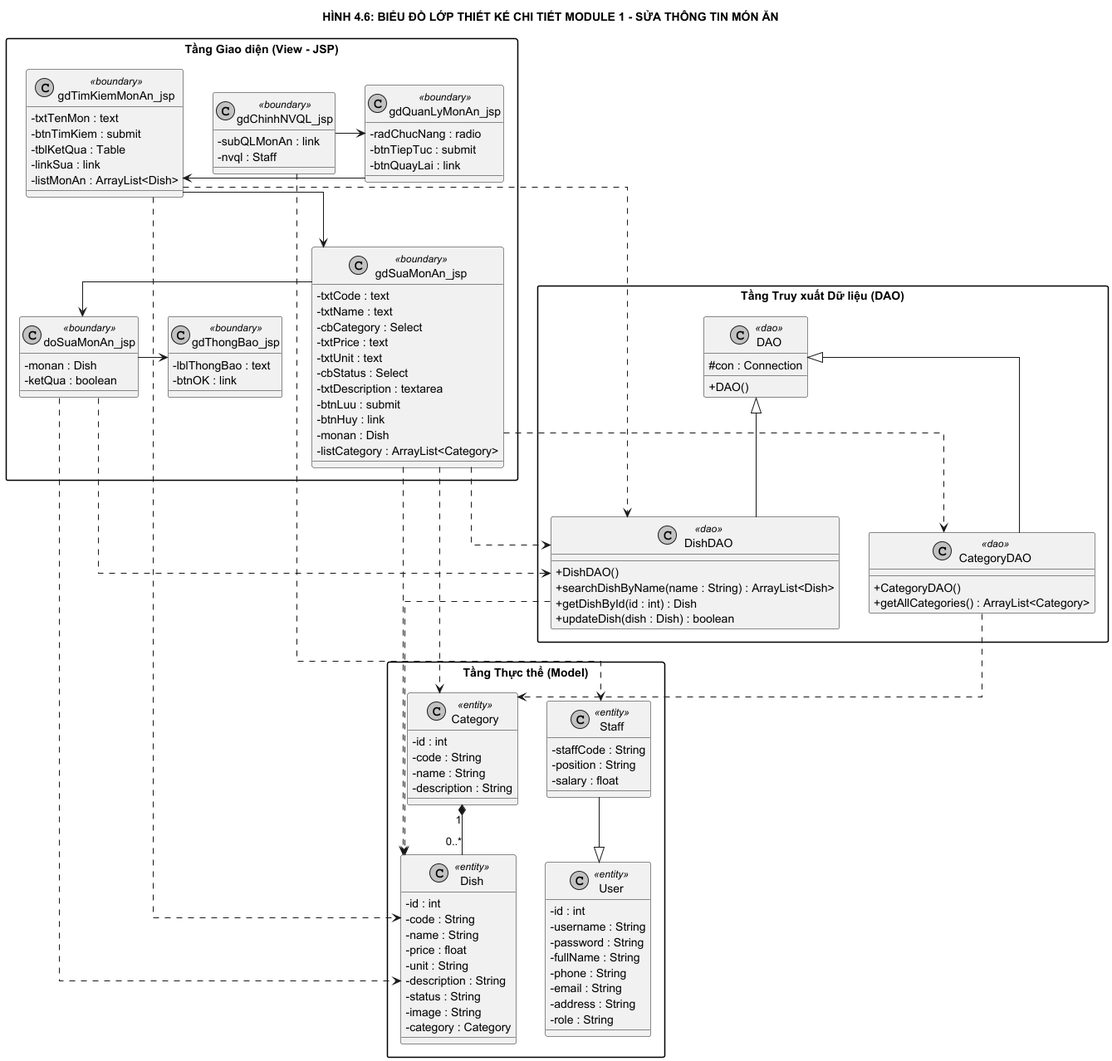
Above: docs/diagrams/Design_03_Module1_ClassDiagram.png in NEWBIE1005/RMS_RestaurantManagementSystem (PlantUML), before the change. Source of this version:
```plantuml
@startuml Design_03_Module1_ClassDiagram
skinparam classAttributeIconSize 0
skinparam monochrome true
skinparam shadowing false
skinparam linetype ortho
skinparam packageStyle rectangle

title HÌNH 4.6: BIỂU ĐỒ LỚP THIẾT KẾ CHI TIẾT MODULE 1 - SỬA THÔNG TIN MÓN ĂN

package "Tầng Giao diện (View - JSP)" {
    class gdChinhNVQL_jsp <<boundary>> {
        - subQLMonAn : link
        - nvql : Staff
    }

    class gdQuanLyMonAn_jsp <<boundary>> {
        - radChucNang : radio
        - btnTiepTuc : submit
        - btnQuayLai : link
    }

    class gdTimKiemMonAn_jsp <<boundary>> {
        - txtTenMon : text
        - btnTimKiem : submit
        - tblKetQua : Table
        - linkSua : link
        - listMonAn : ArrayList<Dish>
    }

    class gdSuaMonAn_jsp <<boundary>> {
        - txtCode : text
        - txtName : text
        - cbCategory : Select
        - txtPrice : text
        - txtUnit : text
        - cbStatus : Select
        - txtDescription : textarea
        - btnLuu : submit
        - btnHuy : link
        - monan : Dish
        - listCategory : ArrayList<Category>
    }

    class doSuaMonAn_jsp <<boundary>> {
        - monan : Dish
        - ketQua : boolean
    }

    class gdThongBao_jsp <<boundary>> {
        - lblThongBao : text
        - btnOK : link
    }
}

package "Tầng Truy xuất Dữ liệu (DAO)" {
    class DAO <<dao>> {
        # con : Connection
        + DAO()
    }

    class CategoryDAO <<dao>> {
        + CategoryDAO()
        + getAllCategories() : ArrayList<Category>
    }

    class DishDAO <<dao>> {
        + DishDAO()
        + searchDishByName(name : String) : ArrayList<Dish>
        + getDishById(id : int) : Dish
        + updateDish(dish : Dish) : boolean
    }
}

package "Tầng Thực thể (Model)" {
    class User <<entity>> {
        - id : int
        - username : String
        - password : String
        - fullName : String
        - phone : String
        - email : String
        - address : String
        - role : String
    }

    class Staff <<entity>> {
        - staffCode : String
        - position : String
        - salary : float
    }

    class Category <<entity>> {
        - id : int
        - code : String
        - name : String
        - description : String
    }

    class Dish <<entity>> {
        - id : int
        - code : String
        - name : String
        - price : float
        - unit : String
        - description : String
        - status : String
        - image : String
        - category : Category
    }
}

gdChinhNVQL_jsp -right-> gdQuanLyMonAn_jsp
gdQuanLyMonAn_jsp -right-> gdTimKiemMonAn_jsp
gdTimKiemMonAn_jsp -down-> gdSuaMonAn_jsp
gdSuaMonAn_jsp -right-> doSuaMonAn_jsp
doSuaMonAn_jsp -right-> gdThongBao_jsp

CategoryDAO -up-|> DAO
DishDAO -up-|> DAO

gdTimKiemMonAn_jsp ..> DishDAO
gdSuaMonAn_jsp ..> DishDAO
gdSuaMonAn_jsp ..> CategoryDAO
doSuaMonAn_jsp ..> DishDAO

DishDAO ..> Dish
CategoryDAO ..> Category

gdChinhNVQL_jsp ..> Staff
gdTimKiemMonAn_jsp ..> Dish
gdSuaMonAn_jsp ..> Dish
gdSuaMonAn_jsp ..> Category
doSuaMonAn_jsp ..> Dish

Staff --|> User
Category "1" *-- "0..*" Dish

@enduml
```
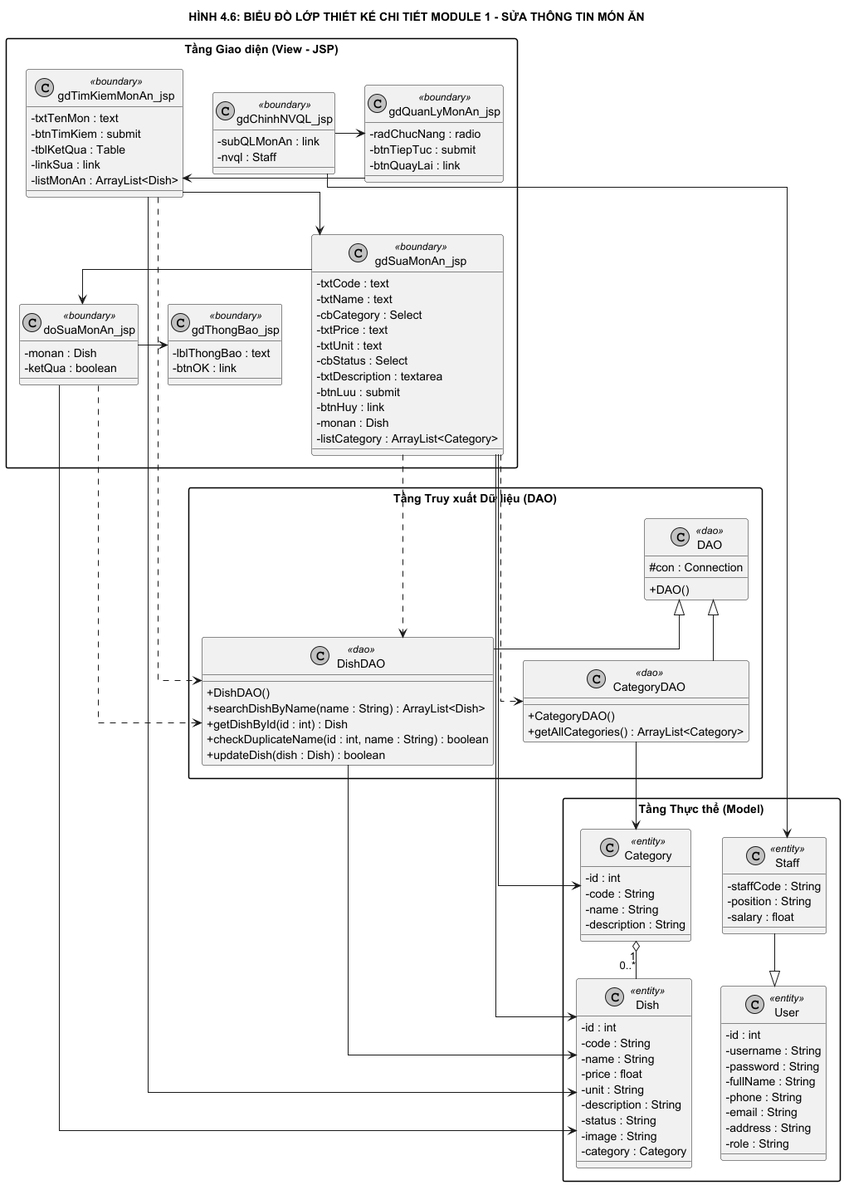
The same file after the commit.

Diff of the diagram source:
```diff
@@ -4,6 +4,8 @@
 skinparam shadowing false
 skinparam linetype ortho
 skinparam packageStyle rectangle
+skinparam nodesep 35
+skinparam ranksep 45
 
 title HÌNH 4.6: BIỂU ĐỒ LỚP THIẾT KẾ CHI TIẾT MODULE 1 - SỬA THÔNG TIN MÓN ĂN
 
@@ -58,16 +60,17 @@
         + DAO()
     }
 
-    class CategoryDAO <<dao>> {
-        + CategoryDAO()
-        + getAllCategories() : ArrayList<Category>
-    }
-
     class DishDAO <<dao>> {
         + DishDAO()
         + searchDishByName(name : String) : ArrayList<Dish>
         + getDishById(id : int) : Dish
+        + checkDuplicateName(id : int, name : String) : boolean
         + updateDish(dish : Dish) : boolean
+    }
+
+    class CategoryDAO <<dao>> {
+        + CategoryDAO()
+        + getAllCategories() : ArrayList<Category>
     }
 }
 
@@ -115,24 +118,24 @@
 gdSuaMonAn_jsp -right-> doSuaMonAn_jsp
 doSuaMonAn_jsp -right-> gdThongBao_jsp
 
+DishDAO -up-|> DAO
 CategoryDAO -up-|> DAO
-DishDAO -up-|> DAO
 
-gdTimKiemMonAn_jsp ..> DishDAO
-gdSuaMonAn_jsp ..> DishDAO
-gdSuaMonAn_jsp ..> CategoryDAO
-doSuaMonAn_jsp ..> DishDAO
+gdTimKiemMonAn_jsp -down..> DishDAO
+gdSuaMonAn_jsp -down..> DishDAO
+gdSuaMonAn_jsp -down..> CategoryDAO
+doSuaMonAn_jsp -down..> DishDAO
 
-DishDAO ..> Dish
-CategoryDAO ..> Category
+gdChinhNVQL_jsp -down-> Staff
+gdTimKiemMonAn_jsp -down-> Dish
+gdSuaMonAn_jsp -down-> Dish
+gdSuaMonAn_jsp -down-> Category
+doSuaMonAn_jsp -down-> Dish
 
-gdChinhNVQL_jsp ..> Staff
-gdTimKiemMonAn_jsp ..> Dish
-gdSuaMonAn_jsp ..> Dish
-gdSuaMonAn_jsp ..> Category
-doSuaMonAn_jsp ..> Dish
+DishDAO -down-> Dish
+CategoryDAO -down-> Category
 
-Staff --|> User
-Category "1" *-- "0..*" Dish
+Staff -down-|> User
+Category "1" o-- "0..*" Dish
 
 @enduml
```
